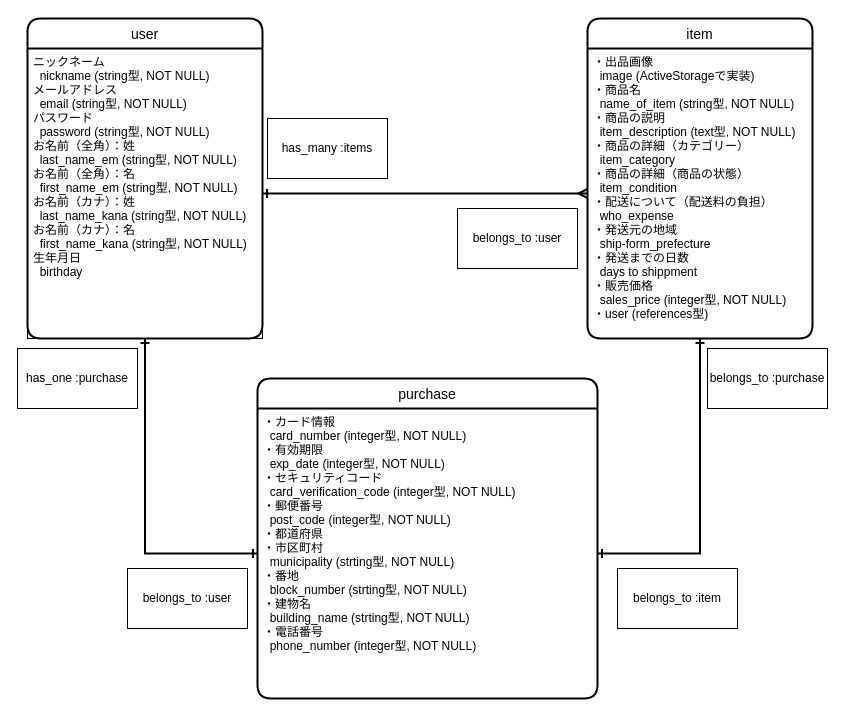
This is ER.dio from w8u8w/furima-33943, a draw.io file, before an edit. Source tidied: cells renumbered, new cells numbered last; positions are measured from the earlier drawing's top-left corner, leaving out a move shared by most shapes. Both pictures are drawn from the tidied source at 100%, with x=0, y=0 at pixel (17, 18).
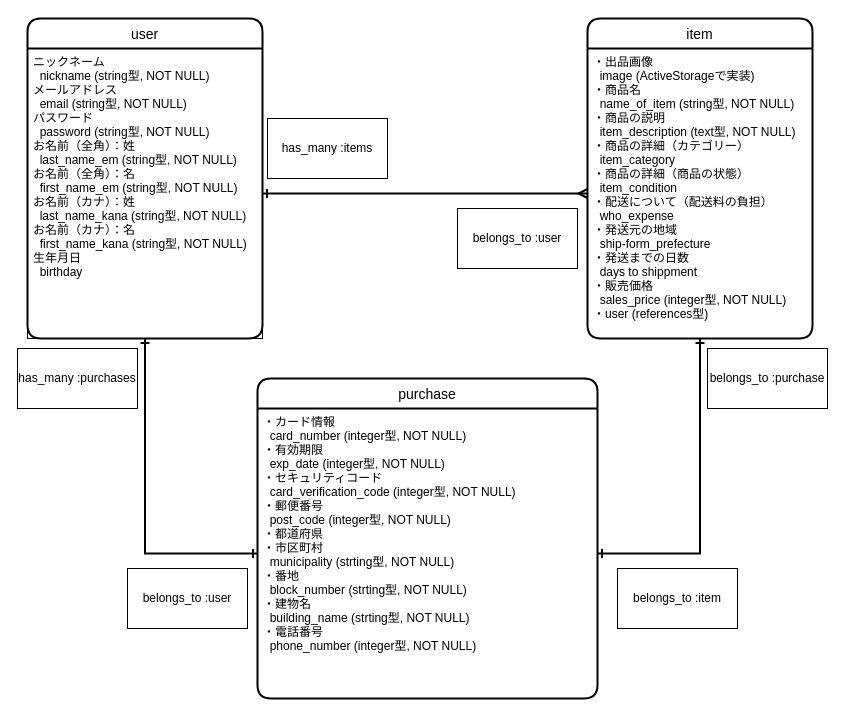
Above is the later version.

Commit message (it also covers changes not shown here):
post_codeをstring型へ変更

Change to the diagram source:
```diff
@@
 <mxGraphModel>
   <root>
     <mxCell id="0" />
     <mxCell id="1" parent="0" />
     <mxCell id="2" value="user" style="swimlane;horizontal=1;startSize=30;rounded=1;fontSize=14;fontStyle=0;strokeWidth=2;shadow=0;dashed=0;align=center;" parent="1" vertex="1">
       <mxGeometry x="10" width="235" height="320" as="geometry" />
     </mxCell>
     <mxCell id="3" value="ニックネーム&#10;  nickname (string型, NOT NULL)&#10;メールアドレス&#10;  email (string型, NOT NULL)&#10;パスワード&#10;  password (string型, NOT NULL)&#10;お名前（全角）：姓&#10;  last_name_em (string型, NOT NULL)&#10;お名前（全角）：名&#10;  first_name_em (string型, NOT NULL)&#10;お名前（カナ）：姓&#10;  last_name_kana (string型, NOT NULL)&#10;お名前（カナ）：名&#10;  first_name_kana (string型, NOT NULL)&#10;生年月日&#10;  birthday" style="align=left;fillColor=none;spacingLeft=4;fontSize=12;verticalAlign=top;rounded=0;" parent="2" vertex="1">
       <mxGeometry y="30" width="235" height="290" as="geometry" />
     </mxCell>
     <mxCell id="4" value="item" style="swimlane;horizontal=1;startSize=30;rounded=1;fontSize=14;fontStyle=0;strokeWidth=2;shadow=0;dashed=0;align=center;" parent="1" vertex="1">
       <mxGeometry x="570" width="225" height="320" as="geometry" />
     </mxCell>
     <mxCell id="5" value="・出品画像&#10;  image (ActiveStorageで実装)&#10;・商品名&#10;  name_of_item (string型, NOT NULL)&#10;・商品の説明&#10;  item_description (text型, NOT NULL)&#10;・商品の詳細（カテゴリー）&#10;  item_category&#10;・商品の詳細（商品の状態）&#10;  item_condition&#10;・配送について（配送料の負担）&#10;  who_expense&#10;・発送元の地域&#10;  ship-form_prefecture&#10;・発送までの日数&#10;  days to shippment&#10;・販売価格&#10;  sales_price (integer型, NOT NULL)&#10;・user (references型)" style="align=left;strokeColor=none;fillColor=none;spacingLeft=4;fontSize=12;verticalAlign=top;" parent="4" vertex="1">
       <mxGeometry y="30" width="225" height="290" as="geometry" />
     </mxCell>
     <mxCell id="6" style="rounded=0;jettySize=auto;html=1;exitX=0;exitY=0.5;exitDx=0;exitDy=0;entryX=0.5;entryY=1;entryDx=0;entryDy=0;startArrow=ERone;startFill=0;endArrow=ERone;endFill=0;strokeColor=#000000;strokeWidth=2;edgeStyle=orthogonalEdgeStyle;" parent="1" edge="1" source="9" target="3">
       <mxGeometry relative="1" as="geometry" />
     </mxCell>
     <mxCell id="7" value="purchase" style="swimlane;horizontal=1;startSize=30;rounded=1;fontSize=14;fontStyle=0;strokeWidth=2;shadow=0;dashed=0;align=center;" parent="1" vertex="1">
       <mxGeometry x="240" y="360" width="340" height="320" as="geometry" />
     </mxCell>
     <mxCell id="8" style="edgeStyle=orthogonalEdgeStyle;rounded=0;jettySize=auto;html=1;exitX=0.5;exitY=1;exitDx=0;exitDy=0;entryX=0.5;entryY=1;entryDx=0;entryDy=0;" parent="7" edge="1" source="9" target="7">
       <mxGeometry relative="1" as="geometry" />
     </mxCell>
     <mxCell id="9" value="・カード情報&#10;  card_number (integer型, NOT NULL)&#10;・有効期限&#10;  exp_date (integer型, NOT NULL)&#10;・セキュリティコード&#10;  card_verification_code (integer型, NOT NULL)&#10;・郵便番号&#10;  post_code (integer型, NOT NULL)&#10;・都道府県&#10;・市区町村&#10;  municipality (strting型, NOT NULL)&#10;・番地&#10;  block_number (strting型, NOT NULL)&#10;・建物名&#10;  building_name (strting型, NOT NULL)&#10;・電話番号&#10;  phone_number (integer型, NOT NULL)" style="align=left;strokeColor=none;fillColor=none;spacingLeft=4;fontSize=12;verticalAlign=top;" parent="7" vertex="1">
       <mxGeometry y="30" width="340" height="290" as="geometry" />
     </mxCell>
     <mxCell id="10" style="edgeStyle=orthogonalEdgeStyle;rounded=0;orthogonalLoop=1;jettySize=auto;html=1;exitX=0.5;exitY=1;exitDx=0;exitDy=0;" parent="7" edge="1" source="9" target="9">
       <mxGeometry relative="1" as="geometry" />
     </mxCell>
     <mxCell id="11" style="edgeStyle=orthogonalEdgeStyle;rounded=0;orthogonalLoop=1;jettySize=auto;html=1;exitX=0.5;exitY=1;exitDx=0;exitDy=0;" parent="7" edge="1" source="9" target="9">
       <mxGeometry relative="1" as="geometry" />
     </mxCell>
     <mxCell id="12" style="edgeStyle=orthogonalEdgeStyle;rounded=0;jettySize=auto;html=1;exitX=1;exitY=0.5;exitDx=0;exitDy=0;entryX=0;entryY=0.5;entryDx=0;entryDy=0;endArrow=ERmany;endFill=0;startArrow=ERone;startFill=0;strokeWidth=2;" parent="1" edge="1" source="3" target="5">
       <mxGeometry relative="1" as="geometry" />
     </mxCell>
     <mxCell id="13" style="edgeStyle=orthogonalEdgeStyle;rounded=0;jettySize=auto;html=1;entryX=1;entryY=0.5;entryDx=0;entryDy=0;startArrow=ERone;startFill=0;endArrow=ERone;endFill=0;strokeColor=#000000;strokeWidth=2;exitX=0.5;exitY=1;exitDx=0;exitDy=0;" parent="1" edge="1" source="5" target="9">
       <mxGeometry relative="1" as="geometry" />
     </mxCell>
-    <mxCell id="14" value="has_one :purchase" style="rounded=0;whiteSpace=wrap;html=1;shadow=0;" parent="1" vertex="1">
+    <mxCell id="14" value="has_many :purchases" style="rounded=0;whiteSpace=wrap;html=1;shadow=0;" parent="1" vertex="1">
       <mxGeometry y="330" width="120" height="60" as="geometry" />
     </mxCell>
     <mxCell id="15" value="belongs_to :user" style="rounded=0;whiteSpace=wrap;html=1;shadow=0;" parent="1" vertex="1">
       <mxGeometry x="110" y="550" width="120" height="60" as="geometry" />
     </mxCell>
     <mxCell id="16" value="has_many :items" style="rounded=0;whiteSpace=wrap;html=1;shadow=0;" parent="1" vertex="1">
       <mxGeometry x="250" y="100" width="120" height="60" as="geometry" />
     </mxCell>
     <mxCell id="17" value="belongs_to :user" style="rounded=0;whiteSpace=wrap;html=1;shadow=0;" parent="1" vertex="1">
       <mxGeometry x="440" y="190" width="120" height="60" as="geometry" />
     </mxCell>
     <mxCell id="18" value="belongs_to :item" style="rounded=0;whiteSpace=wrap;html=1;shadow=0;" parent="1" vertex="1">
       <mxGeometry x="600" y="550" width="120" height="60" as="geometry" />
     </mxCell>
     <mxCell id="19" value="belongs_to :purchase" style="rounded=0;whiteSpace=wrap;html=1;shadow=0;" parent="1" vertex="1">
       <mxGeometry x="690" y="330" width="120" height="60" as="geometry" />
     </mxCell>
   </root>
 </mxGraphModel>
```
